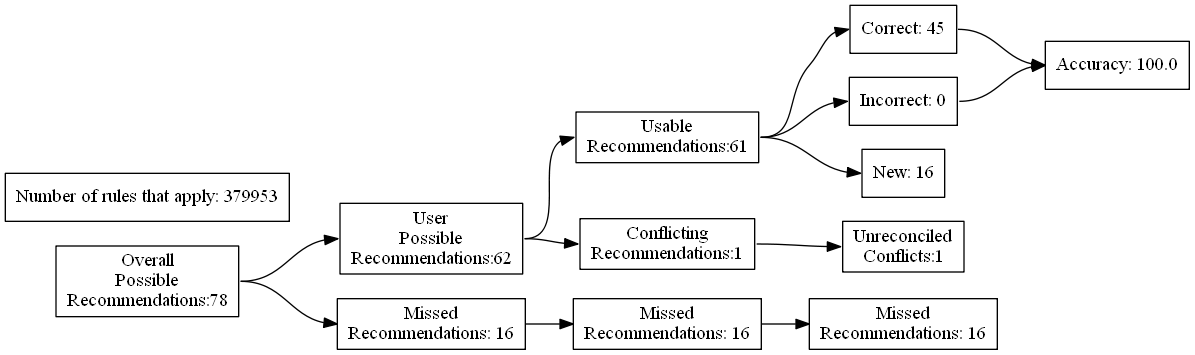
Earlier version of the Graphviz export test_renders/0.gv.png (ZaxR/ibd_diet_analysis). Its source is kept beside it as test_renders/0.gv.
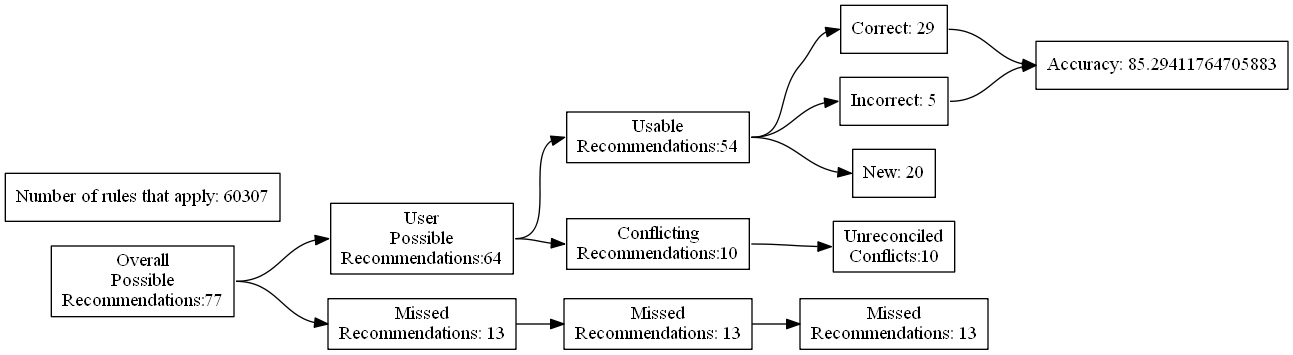
Later version of the same file.

Change to the diagram source:
```diff
@@ -4,27 +4,27 @@
 	edge [headport=w tailport=e]
 		A [label="Overall
 Possible
-Recommendations:78"]
+Recommendations:77"]
 		B [label="User
 Possible
-Recommendations:62"]
+Recommendations:64"]
 		C [label="Missed
-Recommendations: 16"]
+Recommendations: 13"]
 		D [label="Usable
-Recommendations:61"]
+Recommendations:54"]
 		E [label="Conflicting
-Recommendations:1"]
+Recommendations:10"]
 		J [label="Missed
-Recommendations: 16"]
+Recommendations: 13"]
 		M [label="Unreconciled
-Conflicts:1"]
-		F [label="Correct: 45"]
-		G [label="Incorrect: 0"]
-		H [label="New: 16"]
+Conflicts:10"]
+		F [label="Correct: 29"]
+		G [label="Incorrect: 5"]
+		H [label="New: 20"]
 		K [label="Missed
-Recommendations: 16"]
-		I [label="Accuracy: 100.0"]
-		l [label="Number of rules that apply: 379953"]
+Recommendations: 13"]
+		I [label="Accuracy: 85.29411764705883"]
+		l [label="Number of rules that apply: 60307"]
 			A -> B
 			A -> C
 			B -> D
```
